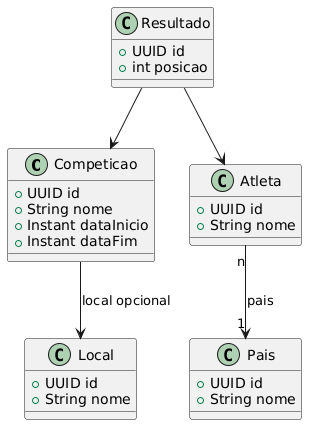
allanmateusk/Sistema-de-Gest-o-das-Olimp-adas keeps this PlantUML diagram as diagramas/imagens/Diagrama de classes.png. Above is the earlier version. Its diagram source:
```plantuml
@startuml
class Competicao {
  +UUID id
  +String nome
  +Instant dataInicio
  +Instant dataFim
}

class Atleta {
  +UUID id
  +String nome
}

class Pais {
  +UUID id
  +String nome
}

class Local {
  +UUID id
  +String nome
}

class Resultado {
  +UUID id
  +int posicao
}

Atleta "n" --> "1" Pais : pais
Resultado --> Competicao
Resultado --> Atleta
Competicao --> Local : local opcional
@enduml
```
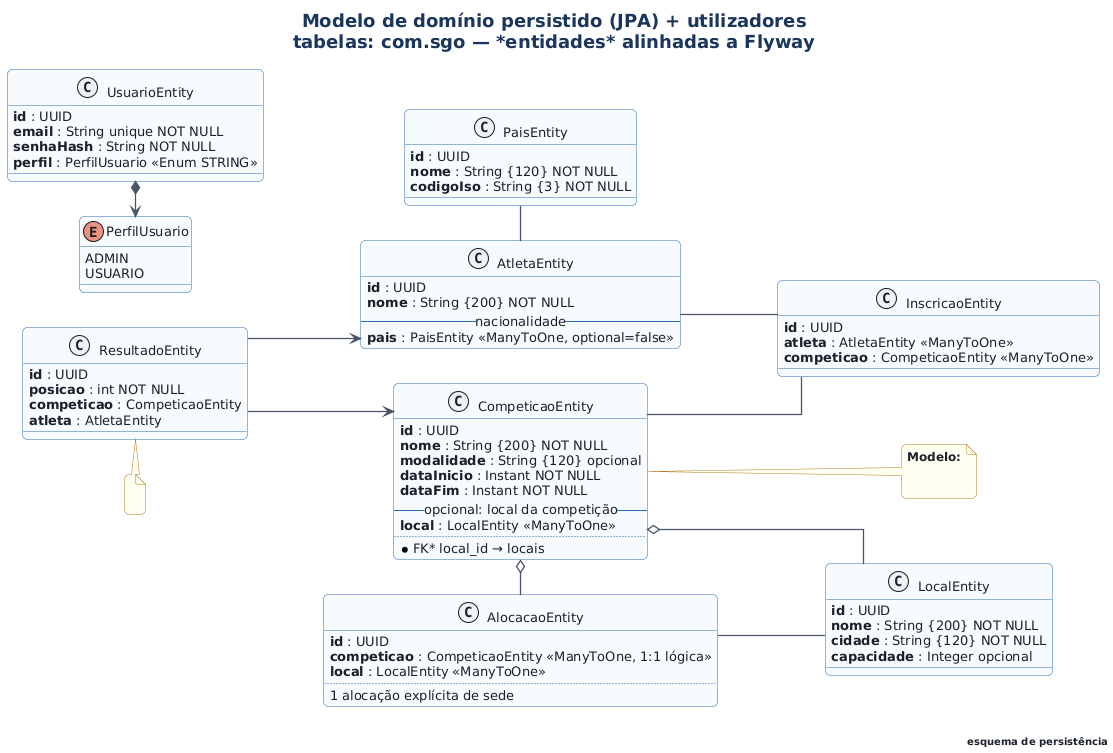
After the change.

Change to the diagram source:
```diff
@@ -1,33 +1,148 @@
 @startuml
-class Competicao {
-  +UUID id
-  +String nome
-  +Instant dataInicio
-  +Instant dataFim
+skinparam defaultFontName "Segoe UI", "Helvetica", Arial, sans-serif
+skinparam defaultFontSize 14
+skinparam defaultFontColor #1a202c
+skinparam titleFontSize 18
+skinparam titleFontStyle bold
+skinparam titleFontColor #1a365d
+skinparam shadowing false
+skinparam linetype ortho
+skinparam roundcorner 10
+skinparam ArrowColor #4a5568
+skinparam ArrowThickness 1.3
+skinparam packageStyle rectangle
+skinparam stereotypeCBackgroundColor #edf2f7
+skinparam stereotypeCFontColor #2d3748
+skinparam class {
+  FontSize 14
+  AttributeFontSize 13
+  TitleFontSize 15
+  HeaderBackgroundColor #bee3f8
+  BorderColor #2b6cb0
+  BackgroundColor #f7fafc
+}
+skinparam usecase {
+  FontSize 14
+  BorderColor #2f855a
+  BackgroundColor #f0fff4
+}
+skinparam actor {
+  FontSize 15
+  FontColor #1a202c
+}
+skinparam component {
+  FontSize 14
+  BorderColor #553c9a
+  BackgroundColor #faf5ff
+}
+skinparam node {
+  FontSize 14
+  BorderColor #2c5282
+  BackgroundColor #ebf8ff
+}
+skinparam note {
+  FontSize 12
+  BackgroundColor #fffff0
+  BorderColor #b7791f
+}
+left to right direction
+scale max 2000 width
+
+title Modelo de domínio persistido (JPA) + utilizadores\ntabelas: **com.sgo** — *entidades* alinhadas a Flyway
+
+class CompeticaoEntity <<@Entity\ncompeticoes>> {
+  **id** : UUID
+  **nome** : String {200} NOT NULL
+  **modalidade** : String {120} opcional
+  **dataInicio** : Instant NOT NULL
+  **dataFim** : Instant NOT NULL
+  -- opcional: local da competição --
+  **local** : LocalEntity «ManyToOne»
+  ..
+  {field} *FK* local_id → locais
 }
 
-class Atleta {
-  +UUID id
-  +String nome
+class LocalEntity <<@Entity\nlocais>> {
+  **id** : UUID
+  **nome** : String {200} NOT NULL
+  **cidade** : String {120} NOT NULL
+  **capacidade** : Integer opcional
 }
 
-class Pais {
-  +UUID id
-  +String nome
+class PaisEntity <<@Entity\npaises>> {
+  **id** : UUID
+  **nome** : String {120} NOT NULL
+  **codigoIso** : String {3} NOT NULL
 }
 
-class Local {
-  +UUID id
-  +String nome
+class AtletaEntity <<@Entity\natletas>> {
+  **id** : UUID
+  **nome** : String {200} NOT NULL
+  -- nacionalidade --
+  **pais** : PaisEntity «ManyToOne, optional=false»
 }
 
-class Resultado {
-  +UUID id
-  +int posicao
+class InscricaoEntity <<@Entity\ninscricoes\nUNIQUE (atleta_id, competicao_id)>> {
+  **id** : UUID
+  **atleta** : AtletaEntity «ManyToOne»
+  **competicao** : CompeticaoEntity «ManyToOne»
 }
 
-Atleta "n" --> "1" Pais : pais
-Resultado --> Competicao
-Resultado --> Atleta
-Competicao --> Local : local opcional
+class ResultadoEntity <<@Entity\nresultados\nUNIQUE (competicao, atleta)\nUNIQUE (competicao, posicao)>> {
+  **id** : UUID
+  **posicao** : int NOT NULL
+  **competicao** : CompeticaoEntity
+  **atleta** : AtletaEntity
+}
+
+class AlocacaoEntity <<@Entity\nalocacoes\nUNIQUE (competicao_id)>> {
+  **id** : UUID
+  **competicao** : CompeticaoEntity «ManyToOne, 1:1 lógica»
+  **local** : LocalEntity «ManyToOne»
+  ..
+  {field} 1 alocação explícita de sede
+}
+
+class UsuarioEntity <<@Entity\nusuarios>> {
+  **id** : UUID
+  **email** : String unique NOT NULL
+  **senhaHash** : String NOT NULL
+  **perfil** : PerfilUsuario «Enum STRING»
+}
+
+enum PerfilUsuario {
+  ADMIN
+  USUARIO
+}
+
+
+PaisEntity "1" -right- " * " AtletaEntity : nacional\nde
+AtletaEntity "1" -down- " * " InscricaoEntity : inscreve-se
+CompeticaoEntity "1" -down- " * " InscricaoEntity : acolhe
+CompeticaoEntity "0..1" o-right- "1" LocalEntity : \nlocal direto\nda competição
+CompeticaoEntity "1" o-right- "0..1" AlocacaoEntity : alocação\nexclusiva
+AlocacaoEntity " * " -down- "1" LocalEntity
+ResultadoEntity " * " --> "1" CompeticaoEntity
+ResultadoEntity " * " --> "1" AtletaEntity
+
+UsuarioEntity *-right-> PerfilUsuario
+
+note right of CompeticaoEntity
+  **Modelo:** *local* (opcional) e tabela
+  *alocacoes* podem conviver; alinhar
+  regras no caso de uso. Idem
+  *AlocacaoEntity*.
+end note
+
+note bottom of ResultadoEntity
+  *posicao* define o pódio na competição.
+  A unicidade por (competicao, posição) evita conflito de pódio e
+  a (competicao, atleta) evita a mesma linha duas vezes.
+end note
+
+right footer
+  DTOs de aplicação (*AtletaResponse*, *MedalhaPorPaisDto*) e
+  mapeamento OpenAPI estão noutro nível; este desenho cobre
+  o **esquema de persistência** exposto em *com.sgo.infrastructure.persistence.entity*.
+end footer
 @enduml
```
